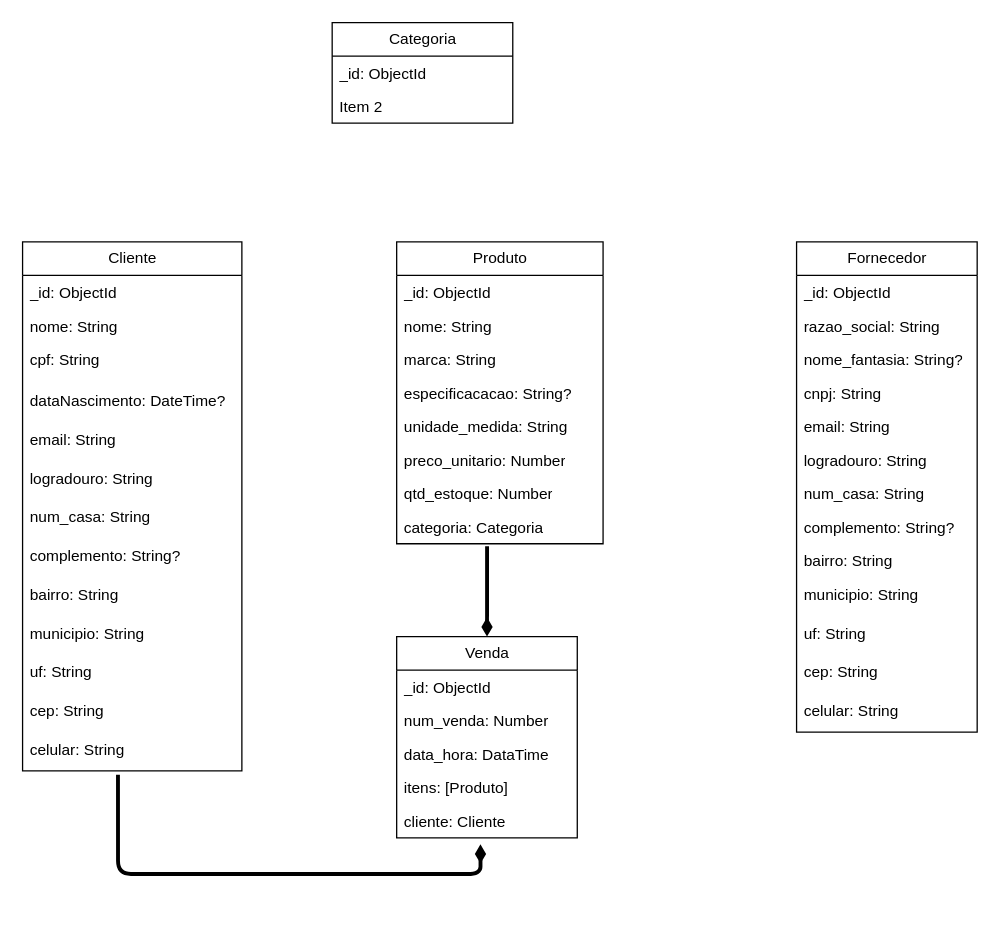
The draw.io diagram docs/NoAM.drawio in faustocintra/bn-not-2024-2, before the edit. Source tidied: cells renumbered, new cells numbered last; positions are measured from the earlier drawing's top-left corner, leaving out a move shared by most shapes. Both pictures are drawn from the tidied source at 129%, with x=0, y=0 at pixel (22, 22).
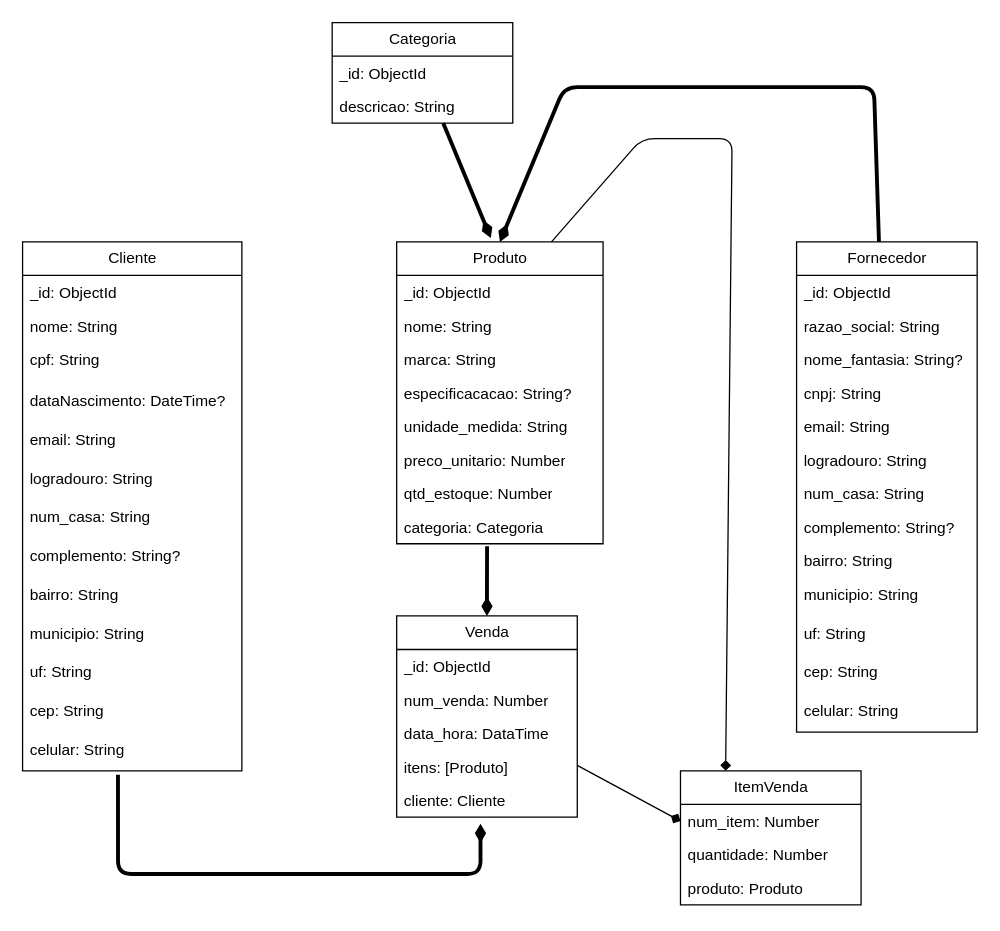
The same page after the edit.

Unchanged cells that the change refers to:
```xml
<mxCell id="23" value="Categoria" style="swimlane;fontStyle=0;horizontal=1;startSize=26;fillColor=none;html=1;" parent="1" vertex="1">
  <mxGeometry x="240" width="140" height="78" as="geometry" />
</mxCell>
<mxCell id="26" value="Fornecedor" style="swimlane;fontStyle=0;horizontal=1;startSize=26;fillColor=none;html=1;" parent="1" vertex="1">
  <mxGeometry x="600" y="170" width="140" height="380" as="geometry" />
</mxCell>
<mxCell id="41" value="Produto" style="swimlane;fontStyle=0;horizontal=1;startSize=26;fillColor=none;html=1;" parent="1" vertex="1">
  <mxGeometry x="290" y="170" width="160" height="234" as="geometry" />
</mxCell>
<mxCell id="49" value="categoria: Categoria" style="text;strokeColor=none;fillColor=none;align=left;verticalAlign=top;spacingLeft=4;spacingRight=4;overflow=hidden;points=[[0,0.5],[1,0.5]];portConstraint=eastwest;whiteSpace=wrap;html=1;" parent="41" vertex="1">
  <mxGeometry y="208" width="160" height="26" as="geometry" />
</mxCell>
```

Change to the diagram source:
```diff
@@
+    <mxCell id="50" style="edgeStyle=none;html=1;endArrow=diamond;endFill=1;entryX=0;entryY=0.5;entryDx=0;entryDy=0;" parent="1" edge="1" source="2" target="55">
+      <mxGeometry relative="1" as="geometry" />
+    </mxCell>
     <mxCell id="2" value="Venda" style="swimlane;fontStyle=0;horizontal=1;startSize=26;fillColor=none;html=1;" parent="1" vertex="1">
-      <mxGeometry x="290" y="476" width="140" height="156" as="geometry" />
+      <mxGeometry x="290" y="460" width="140" height="156" as="geometry" />
     </mxCell>
@@
+    <mxCell id="51" style="edgeStyle=none;sketch=0;html=1;strokeWidth=3;endArrow=diamondThin;endFill=1;entryX=0.456;entryY=-0.013;entryDx=0;entryDy=0;entryPerimeter=0;" parent="1" edge="1" source="23" target="41">
+      <mxGeometry relative="1" as="geometry" />
+    </mxCell>
@@
-    <mxCell id="25" value="Item 2" style="text;strokeColor=none;fillColor=none;align=left;verticalAlign=top;spacingLeft=4;spacingRight=4;overflow=hidden;whiteSpace=wrap;html=1;" parent="23" vertex="1">
+    <mxCell id="25" value="descricao: String" style="text;strokeColor=none;fillColor=none;align=left;verticalAlign=top;spacingLeft=4;spacingRight=4;overflow=hidden;whiteSpace=wrap;html=1;" parent="23" vertex="1">
       <mxGeometry y="52" width="140" height="26" as="geometry" />
     </mxCell>
+    <mxCell id="52" style="edgeStyle=none;sketch=0;html=1;strokeWidth=3;endArrow=diamondThin;endFill=1;entryX=0.5;entryY=0;entryDx=0;entryDy=0;" parent="1" edge="1" source="26" target="41">
+      <mxGeometry relative="1" as="geometry">
+        <Array as="points">
+          <mxPoint x="660" y="50" />
+          <mxPoint x="420" y="50" />
+        </Array>
+      </mxGeometry>
+    </mxCell>
@@
     <mxCell id="40" style="edgeStyle=none;html=1;strokeWidth=3;endArrow=diamondThin;endFill=1;exitX=0.438;exitY=1.077;exitDx=0;exitDy=0;exitPerimeter=0;" parent="1" edge="1" source="49" target="2">
-      <mxGeometry relative="1" as="geometry" />
+      <mxGeometry relative="1" as="geometry">
+        <Array as="points">
+          <mxPoint x="360" y="430" />
+        </Array>
+      </mxGeometry>
     </mxCell>
@@
+    <mxCell id="53" style="edgeStyle=none;html=1;exitX=0.75;exitY=0;exitDx=0;exitDy=0;entryX=0.25;entryY=0;entryDx=0;entryDy=0;endArrow=diamond;endFill=1;" parent="1" edge="1" source="41" target="54">
+      <mxGeometry relative="1" as="geometry">
+        <Array as="points">
+          <mxPoint x="480" y="90" />
+          <mxPoint x="550" y="90" />
+        </Array>
+      </mxGeometry>
+    </mxCell>
+    <mxCell id="54" value="ItemVenda" style="swimlane;fontStyle=0;horizontal=1;startSize=26;fillColor=none;html=1;" parent="1" vertex="1">
+      <mxGeometry x="510" y="580" width="140" height="104" as="geometry" />
+    </mxCell>
+    <mxCell id="55" value="num_item: Number" style="text;strokeColor=none;fillColor=none;align=left;verticalAlign=top;spacingLeft=4;spacingRight=4;overflow=hidden;points=[[0,0.5],[1,0.5]];portConstraint=eastwest;whiteSpace=wrap;html=1;" parent="54" vertex="1">
+      <mxGeometry y="26" width="140" height="26" as="geometry" />
+    </mxCell>
+    <mxCell id="56" value="quantidade: Number" style="text;strokeColor=none;fillColor=none;align=left;verticalAlign=top;spacingLeft=4;spacingRight=4;overflow=hidden;whiteSpace=wrap;html=1;" parent="54" vertex="1">
+      <mxGeometry y="52" width="140" height="26" as="geometry" />
+    </mxCell>
+    <mxCell id="57" value="produto: Produto" style="text;strokeColor=none;fillColor=none;align=left;verticalAlign=top;spacingLeft=4;spacingRight=4;overflow=hidden;whiteSpace=wrap;html=1;" parent="54" vertex="1">
+      <mxGeometry y="78" width="140" height="26" as="geometry" />
+    </mxCell>
```
